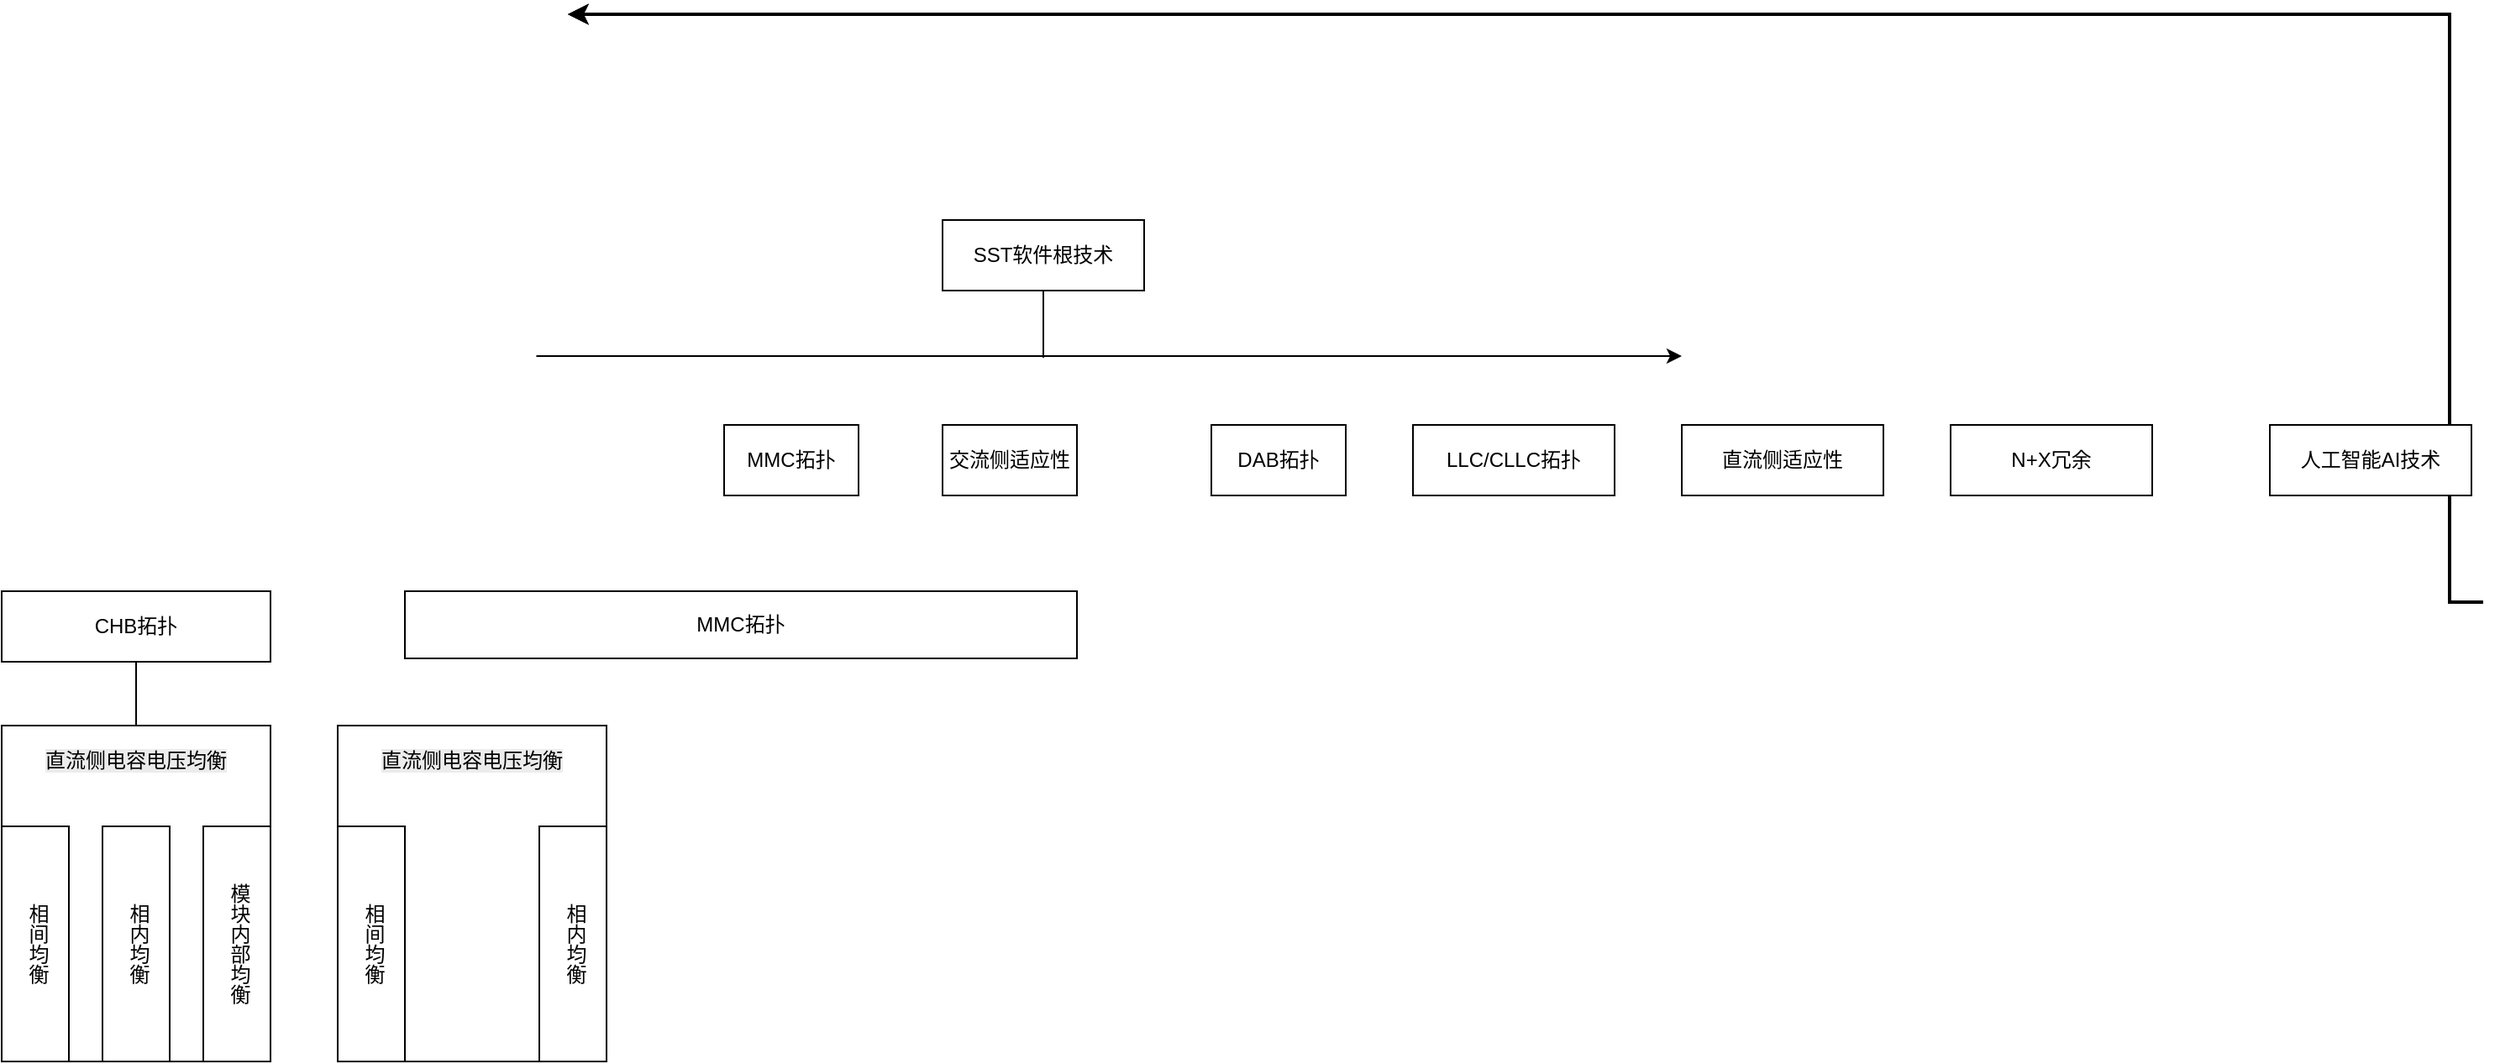
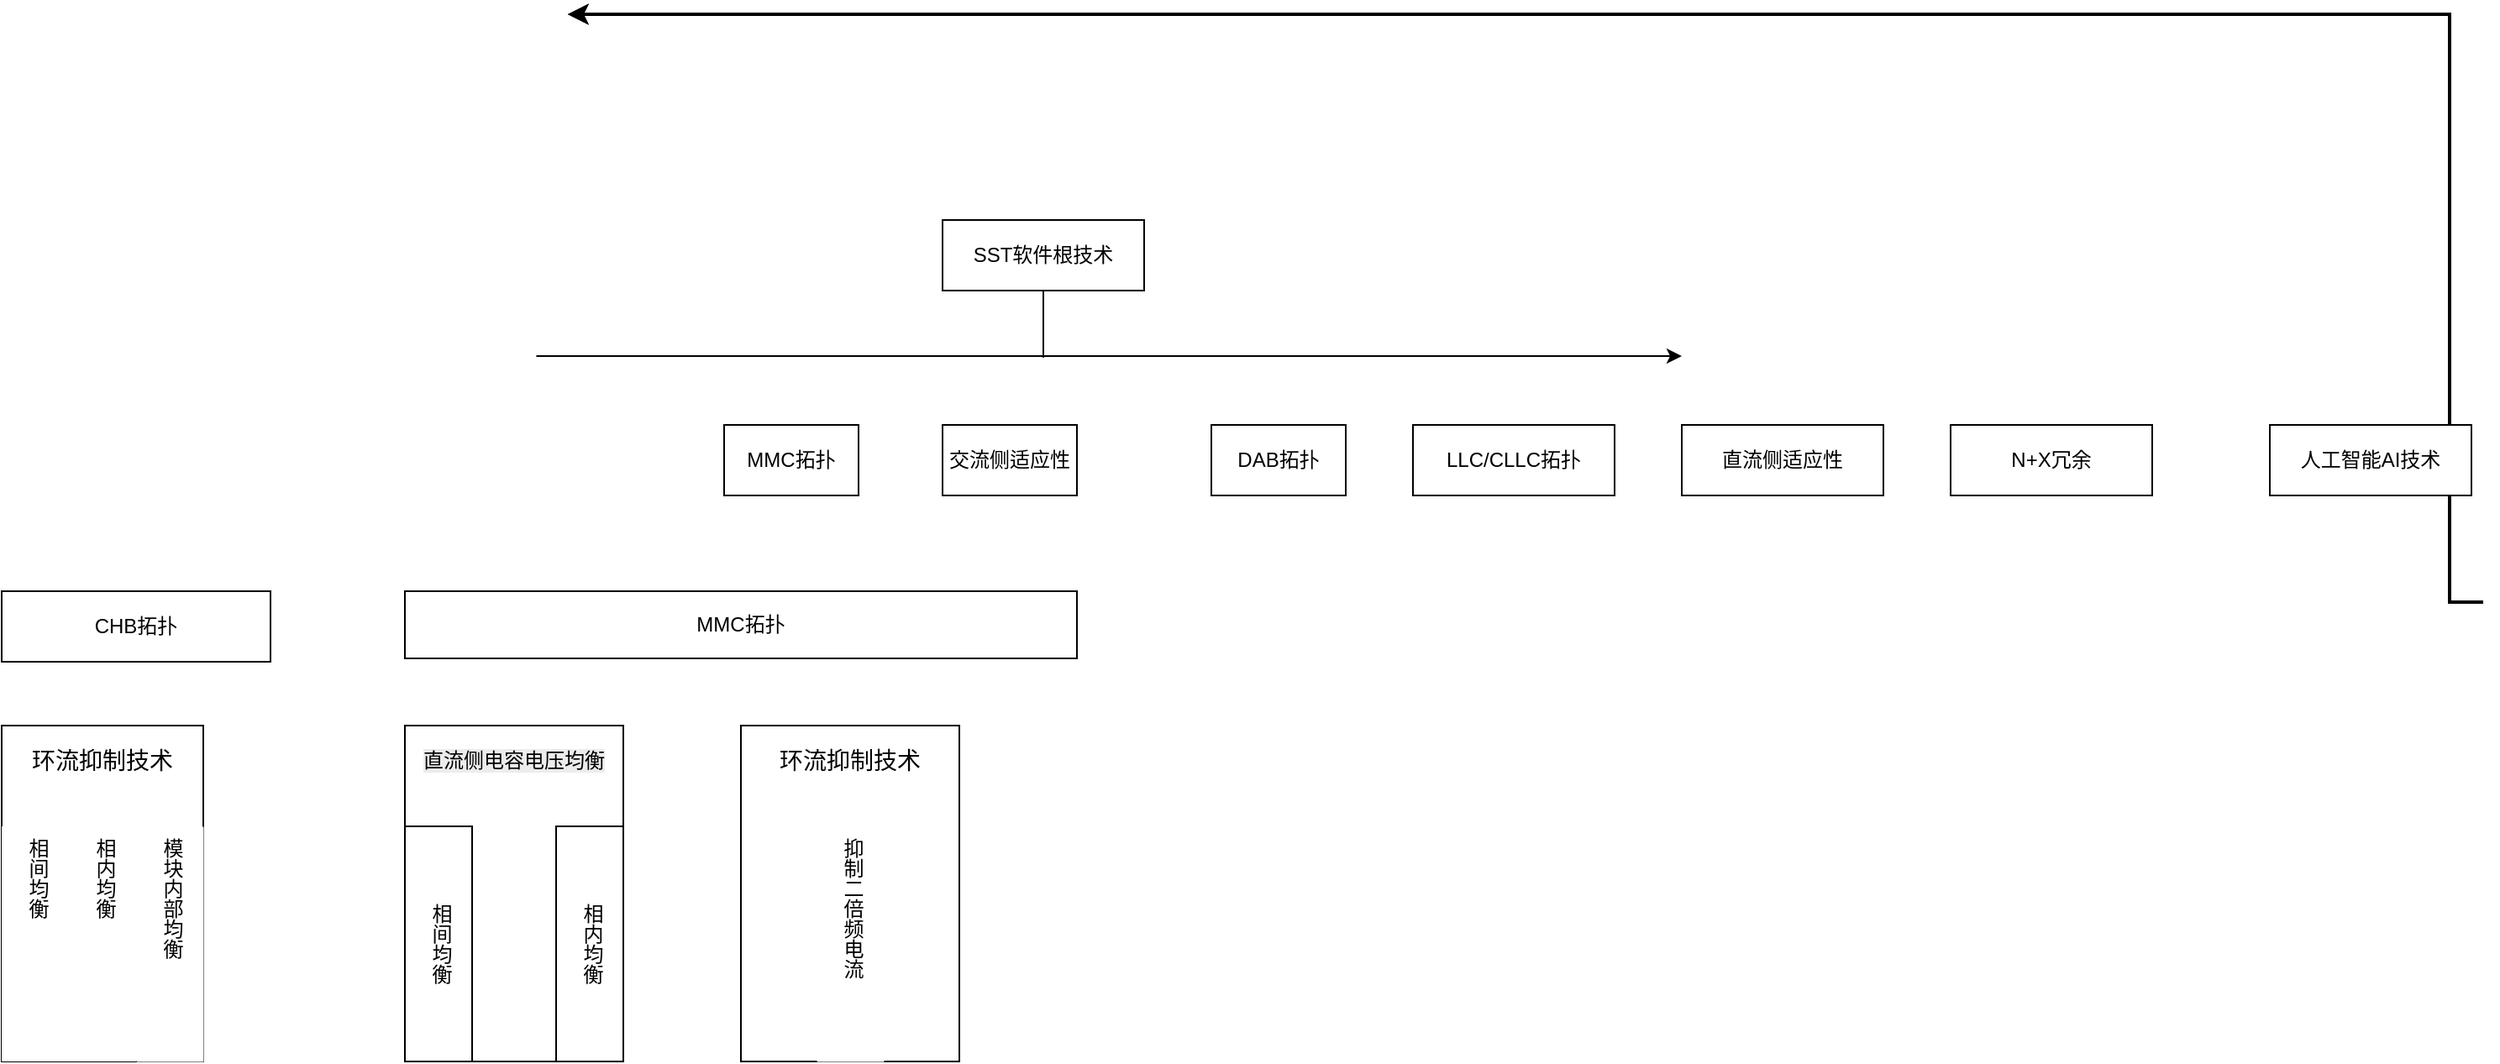
<mxfile host="app.diagrams.net">
  <diagram name="Page-1" id="yJXxDQ2Hg5-Q3f_0AOA0">
-     <mxGraphModel dx="1311" dy="500" grid="1" gridSize="10" guides="1" tooltips="1" connect="1" arrows="1" fold="1" page="0" pageScale="1" pageWidth="827" pageHeight="1169" math="0" shadow="0">
+     <mxGraphModel dx="934" dy="293" grid="1" gridSize="10" guides="1" tooltips="1" connect="1" arrows="1" fold="1" page="0" pageScale="1" pageWidth="827" pageHeight="1169" math="0" shadow="0">
      <root>
        <mxCell id="0" />
        <mxCell id="1" parent="0" />
        <mxCell id="fCmdW6MMkwJ5almj5v2a-87" edge="1" parent="1" style="edgeStyle=elbowEdgeStyle;elbow=horizontal;strokeWidth=2;rounded=0" value="">
          <mxGeometry height="100" width="100" x="-23" y="135.5" as="geometry">
            <Array as="points">
              <mxPoint x="1217" y="506.5" />
            </Array>
            <mxPoint x="1237" y="446.5" as="sourcePoint" />
            <mxPoint x="97" y="96.5" as="targetPoint" />
          </mxGeometry>
        </mxCell>
        <mxCell id="fCmdW6MMkwJ5almj5v2a-88" edge="1" parent="1" style="edgeStyle=elbowEdgeStyle;elbow=horizontal;strokeWidth=2;rounded=0" value="">
          <mxGeometry height="100" width="100" x="-23" y="135.5" as="geometry">
            <Array as="points">
              <mxPoint x="1217" y="536.5" />
            </Array>
            <mxPoint x="1237" y="446.5" as="sourcePoint" />
            <mxPoint x="97" y="96.5" as="targetPoint" />
          </mxGeometry>
        </mxCell>
        <mxCell id="fCmdW6MMkwJ5almj5v2a-89" edge="1" parent="1" style="edgeStyle=elbowEdgeStyle;elbow=horizontal;strokeWidth=2;rounded=0" value="">
          <mxGeometry height="100" width="100" x="-23" y="135.5" as="geometry">
            <Array as="points">
              <mxPoint x="1217" y="586.5" />
            </Array>
            <mxPoint x="1237" y="446.5" as="sourcePoint" />
            <mxPoint x="97" y="96.5" as="targetPoint" />
          </mxGeometry>
        </mxCell>
        <mxCell id="fCmdW6MMkwJ5almj5v2a-107" parent="1" style="rounded=0;whiteSpace=wrap;html=1;" value="SST软件根技术" vertex="1">
          <mxGeometry height="42" width="120" x="320" y="219" as="geometry" />
        </mxCell>
        <mxCell id="fCmdW6MMkwJ5almj5v2a-108" edge="1" parent="1" style="edgeStyle=none;orthogonalLoop=1;jettySize=auto;html=1;rounded=0;" value="">
          <mxGeometry relative="1" width="80" as="geometry">
            <Array as="points" />
            <mxPoint x="78.22224934895833" y="300" as="sourcePoint" />
            <mxPoint x="760" y="300" as="targetPoint" />
          </mxGeometry>
        </mxCell>
        <mxCell id="fCmdW6MMkwJ5almj5v2a-109" edge="1" parent="1" style="edgeStyle=none;orthogonalLoop=1;jettySize=auto;html=1;rounded=0;endArrow=none;endFill=0;" value="">
          <mxGeometry relative="1" width="80" as="geometry">
            <Array as="points" />
            <mxPoint x="380" y="261" as="sourcePoint" />
            <mxPoint x="380" y="301" as="targetPoint" />
          </mxGeometry>
        </mxCell>
        <mxCell id="fCmdW6MMkwJ5almj5v2a-112" parent="1" style="rounded=0;whiteSpace=wrap;html=1;" value="MMC拓扑" vertex="1">
          <mxGeometry height="42" width="80" x="190" y="341" as="geometry" />
        </mxCell>
        <mxCell id="fCmdW6MMkwJ5almj5v2a-113" parent="1" style="rounded=0;whiteSpace=wrap;html=1;" value="交流侧适应性" vertex="1">
          <mxGeometry height="42" width="80" x="320" y="341" as="geometry" />
        </mxCell>
        <mxCell id="fCmdW6MMkwJ5almj5v2a-114" parent="1" style="rounded=0;whiteSpace=wrap;html=1;" value="DAB拓扑" vertex="1">
          <mxGeometry height="42" width="80" x="480" y="341" as="geometry" />
        </mxCell>
        <mxCell id="fCmdW6MMkwJ5almj5v2a-115" parent="1" style="rounded=0;whiteSpace=wrap;html=1;" value="LLC/CLLC拓扑" vertex="1">
          <mxGeometry height="42" width="120" x="600" y="341" as="geometry" />
        </mxCell>
        <mxCell id="fCmdW6MMkwJ5almj5v2a-116" parent="1" style="rounded=0;whiteSpace=wrap;html=1;" value="直流侧适应性" vertex="1">
          <mxGeometry height="42" width="120" x="760" y="341" as="geometry" />
        </mxCell>
        <mxCell id="fCmdW6MMkwJ5almj5v2a-117" parent="1" style="rounded=0;whiteSpace=wrap;html=1;" value="N+X冗余" vertex="1">
          <mxGeometry height="42" width="120" x="920" y="341" as="geometry" />
        </mxCell>
        <mxCell id="fCmdW6MMkwJ5almj5v2a-118" parent="1" style="rounded=0;whiteSpace=wrap;html=1;" value="人工智能AI技术" vertex="1">
          <mxGeometry height="42" width="120" x="1110" y="341" as="geometry" />
        </mxCell>
        <mxCell id="ZQ6yFywC5gvEC6CdW5wy-38" parent="1" style="rounded=0;whiteSpace=wrap;html=1;" value="MMC拓扑" vertex="1">
          <mxGeometry height="40" width="400" y="440" as="geometry" />
        </mxCell>
-         <mxCell id="ZQ6yFywC5gvEC6CdW5wy-27" edge="1" parent="1" source="ZQ6yFywC5gvEC6CdW5wy-28" style="edgeStyle=orthogonalEdgeStyle;rounded=0;orthogonalLoop=1;jettySize=auto;html=1;exitX=0.5;exitY=1;exitDx=0;exitDy=0;entryX=0.5;entryY=0;entryDx=0;entryDy=0;endArrow=none;endFill=0;" target="ZQ6yFywC5gvEC6CdW5wy-33">
-           <mxGeometry relative="1" as="geometry">
-             <mxPoint x="-160.20689655172407" y="483" as="targetPoint" />
-           </mxGeometry>
-         </mxCell>
        <mxCell id="ZQ6yFywC5gvEC6CdW5wy-28" parent="1" style="rounded=0;whiteSpace=wrap;html=1;" value="CHB拓扑" vertex="1">
          <mxGeometry height="42" width="160" x="-240" y="440" as="geometry" />
        </mxCell>
-         <mxCell id="ZQ6yFywC5gvEC6CdW5wy-90" connectable="0" parent="1" style="group" value="" vertex="1">
-           <mxGeometry height="200" width="160" x="-40" y="520" as="geometry" />
+         <mxCell id="ZQ6yFywC5gvEC6CdW5wy-33" parent="1" style="rounded=0;whiteSpace=wrap;html=1;" value="" vertex="1">
+           <mxGeometry height="200" width="120" x="-240" y="520" as="geometry" />
        </mxCell>
-         <mxCell id="ZQ6yFywC5gvEC6CdW5wy-91" parent="ZQ6yFywC5gvEC6CdW5wy-90" style="rounded=0;whiteSpace=wrap;html=1;" value="" vertex="1">
-           <mxGeometry height="200" width="160" as="geometry" />
+         <mxCell id="ZQ6yFywC5gvEC6CdW5wy-29" parent="1" style="rounded=0;whiteSpace=wrap;html=1;direction=north;flipV=0;legacyAnchorPoints=0;flipH=0;textDirection=vertical-lr;strokeColor=none;verticalAlign=top;" value="&lt;div&gt;相间均衡&lt;/div&gt;" vertex="1">
+           <mxGeometry height="140" width="40" x="-240" y="580" as="geometry" />
        </mxCell>
-         <mxCell id="ZQ6yFywC5gvEC6CdW5wy-92" parent="ZQ6yFywC5gvEC6CdW5wy-90" style="rounded=0;whiteSpace=wrap;html=1;direction=north;flipV=0;legacyAnchorPoints=0;flipH=0;textDirection=vertical-lr;" value="&lt;div&gt;相间均衡&lt;/div&gt;" vertex="1">
+         <mxCell id="ZQ6yFywC5gvEC6CdW5wy-31" parent="1" style="rounded=0;whiteSpace=wrap;html=1;direction=north;flipV=0;legacyAnchorPoints=0;flipH=0;textDirection=vertical-lr;strokeColor=none;verticalAlign=top;" value="&lt;div&gt;相内均衡&lt;/div&gt;" vertex="1">
+           <mxGeometry height="140" width="40" x="-200" y="580" as="geometry" />
+         </mxCell>
+         <mxCell id="ZQ6yFywC5gvEC6CdW5wy-32" parent="1" style="rounded=0;whiteSpace=wrap;html=1;direction=north;flipV=0;legacyAnchorPoints=0;flipH=0;textDirection=vertical-lr;strokeWidth=0;dashed=1;dashPattern=8 8;strokeColor=none;verticalAlign=top;" value="&lt;div&gt;模块内部均衡&lt;/div&gt;" vertex="1">
+           <mxGeometry height="140" width="40" x="-160" y="580" as="geometry" />
+         </mxCell>
+         <mxCell id="ZQ6yFywC5gvEC6CdW5wy-96" connectable="0" parent="1" style="group" value="" vertex="1">
+           <mxGeometry height="200" width="130" y="520" as="geometry" />
+         </mxCell>
+         <mxCell id="ZQ6yFywC5gvEC6CdW5wy-91" parent="ZQ6yFywC5gvEC6CdW5wy-96" style="rounded=0;whiteSpace=wrap;html=1;" value="" vertex="1">
+           <mxGeometry height="200" width="130" as="geometry" />
+         </mxCell>
+         <mxCell id="ZQ6yFywC5gvEC6CdW5wy-92" parent="ZQ6yFywC5gvEC6CdW5wy-96" style="rounded=0;whiteSpace=wrap;html=1;direction=north;flipV=0;legacyAnchorPoints=0;flipH=0;textDirection=vertical-lr;" value="&lt;div&gt;相间均衡&lt;/div&gt;" vertex="1">
          <mxGeometry height="140" width="40" y="60" as="geometry" />
        </mxCell>
-         <mxCell id="ZQ6yFywC5gvEC6CdW5wy-94" parent="ZQ6yFywC5gvEC6CdW5wy-90" style="rounded=0;whiteSpace=wrap;html=1;direction=north;flipV=0;legacyAnchorPoints=0;flipH=0;textDirection=vertical-lr;" value="相内均衡" vertex="1">
-           <mxGeometry height="140" width="40" x="120" y="60" as="geometry" />
+         <mxCell id="ZQ6yFywC5gvEC6CdW5wy-94" parent="ZQ6yFywC5gvEC6CdW5wy-96" style="rounded=0;whiteSpace=wrap;html=1;direction=north;flipV=0;legacyAnchorPoints=0;flipH=0;textDirection=vertical-lr;" value="相内均衡" vertex="1">
+           <mxGeometry height="140" width="40" x="90" y="60" as="geometry" />
        </mxCell>
-         <mxCell id="ZQ6yFywC5gvEC6CdW5wy-95" parent="ZQ6yFywC5gvEC6CdW5wy-90" style="text;html=1;whiteSpace=wrap;align=center;verticalAlign=middle;rounded=0;" value="&lt;span style=&quot;color: rgb(0, 0, 0); font-family: Helvetica; font-size: 12px; font-style: normal; font-variant-ligatures: normal; font-variant-caps: normal; font-weight: 400; letter-spacing: normal; orphans: 2; text-align: center; text-indent: 0px; text-transform: none; widows: 2; word-spacing: 0px; -webkit-text-stroke-width: 0px; white-space: normal; background-color: rgb(236, 236, 236); text-decoration-thickness: initial; text-decoration-style: initial; text-decoration-color: initial; float: none; display: inline !important;&quot;&gt;直流侧电容电压均衡&lt;/span&gt;" vertex="1">
-           <mxGeometry height="30" width="120" x="20" y="6" as="geometry" />
+         <mxCell id="ZQ6yFywC5gvEC6CdW5wy-95" parent="ZQ6yFywC5gvEC6CdW5wy-96" style="text;html=1;whiteSpace=wrap;align=center;verticalAlign=middle;rounded=0;" value="&lt;span style=&quot;color: rgb(0, 0, 0); font-family: Helvetica; font-size: 12px; font-style: normal; font-variant-ligatures: normal; font-variant-caps: normal; font-weight: 400; letter-spacing: normal; orphans: 2; text-align: center; text-indent: 0px; text-transform: none; widows: 2; word-spacing: 0px; -webkit-text-stroke-width: 0px; white-space: normal; background-color: rgb(236, 236, 236); text-decoration-thickness: initial; text-decoration-style: initial; text-decoration-color: initial; float: none; display: inline !important;&quot;&gt;直流侧电容电压均衡&lt;/span&gt;" vertex="1">
+           <mxGeometry height="30" width="120" x="5" y="6" as="geometry" />
        </mxCell>
-         <mxCell id="ZQ6yFywC5gvEC6CdW5wy-33" parent="1" style="rounded=0;whiteSpace=wrap;html=1;" value="" vertex="1">
-           <mxGeometry height="200" width="160" x="-240" y="520" as="geometry" />
+         <mxCell id="ZQ6yFywC5gvEC6CdW5wy-98" parent="1" style="rounded=0;whiteSpace=wrap;html=1;" value="" vertex="1">
+           <mxGeometry height="200" width="130" x="200" y="520" as="geometry" />
        </mxCell>
-         <mxCell id="ZQ6yFywC5gvEC6CdW5wy-29" parent="1" style="rounded=0;whiteSpace=wrap;html=1;direction=north;flipV=0;legacyAnchorPoints=0;flipH=0;textDirection=vertical-lr;" value="&lt;div&gt;相间均衡&lt;/div&gt;" vertex="1">
-           <mxGeometry height="140" width="40" x="-240" y="580" as="geometry" />
+         <mxCell id="ZQ6yFywC5gvEC6CdW5wy-99" parent="1" style="rounded=0;whiteSpace=wrap;html=1;direction=north;flipV=0;legacyAnchorPoints=0;flipH=0;textDirection=vertical-lr;strokeWidth=0;dashed=1;strokeColor=none;verticalAlign=top;" value="&lt;div&gt;抑制二倍频电流&lt;/div&gt;" vertex="1">
+           <mxGeometry height="140" width="40" x="245" y="580" as="geometry" />
        </mxCell>
-         <mxCell id="ZQ6yFywC5gvEC6CdW5wy-31" parent="1" style="rounded=0;whiteSpace=wrap;html=1;direction=north;flipV=0;legacyAnchorPoints=0;flipH=0;textDirection=vertical-lr;" value="&lt;div&gt;相内均衡&lt;/div&gt;" vertex="1">
-           <mxGeometry height="140" width="40" x="-180" y="580" as="geometry" />
+         <mxCell id="ZQ6yFywC5gvEC6CdW5wy-101" parent="1" style="text;html=1;whiteSpace=wrap;align=center;verticalAlign=middle;rounded=0;" value="&lt;div&gt;&lt;font style=&quot;font-size: 14px;&quot;&gt;环流抑制技术&lt;/font&gt;&lt;/div&gt;" vertex="1">
+           <mxGeometry height="30" width="120" x="205" y="526" as="geometry" />
        </mxCell>
-         <mxCell id="ZQ6yFywC5gvEC6CdW5wy-32" parent="1" style="rounded=0;whiteSpace=wrap;html=1;direction=north;flipV=0;legacyAnchorPoints=0;flipH=0;textDirection=vertical-lr;" value="&lt;div&gt;模块内部均衡&lt;/div&gt;" vertex="1">
-           <mxGeometry height="140" width="40" x="-120" y="580" as="geometry" />
-         </mxCell>
-         <mxCell id="ZQ6yFywC5gvEC6CdW5wy-59" parent="1" style="text;html=1;whiteSpace=wrap;align=center;verticalAlign=middle;rounded=0;" value="&lt;span style=&quot;color: rgb(0, 0, 0); font-family: Helvetica; font-size: 12px; font-style: normal; font-variant-ligatures: normal; font-variant-caps: normal; font-weight: 400; letter-spacing: normal; orphans: 2; text-align: center; text-indent: 0px; text-transform: none; widows: 2; word-spacing: 0px; -webkit-text-stroke-width: 0px; white-space: normal; background-color: rgb(236, 236, 236); text-decoration-thickness: initial; text-decoration-style: initial; text-decoration-color: initial; float: none; display: inline !important;&quot;&gt;直流侧电容电压均衡&lt;/span&gt;" vertex="1">
-           <mxGeometry height="30" width="120" x="-220" y="526" as="geometry" />
+         <mxCell id="ZQ6yFywC5gvEC6CdW5wy-102" parent="1" style="text;html=1;whiteSpace=wrap;align=center;verticalAlign=middle;rounded=0;" value="&lt;div&gt;&lt;font style=&quot;font-size: 14px;&quot;&gt;环流抑制技术&lt;/font&gt;&lt;/div&gt;" vertex="1">
+           <mxGeometry height="30" width="120" x="-240" y="526" as="geometry" />
        </mxCell>
      </root>
    </mxGraphModel>
  </diagram>
</mxfile>
